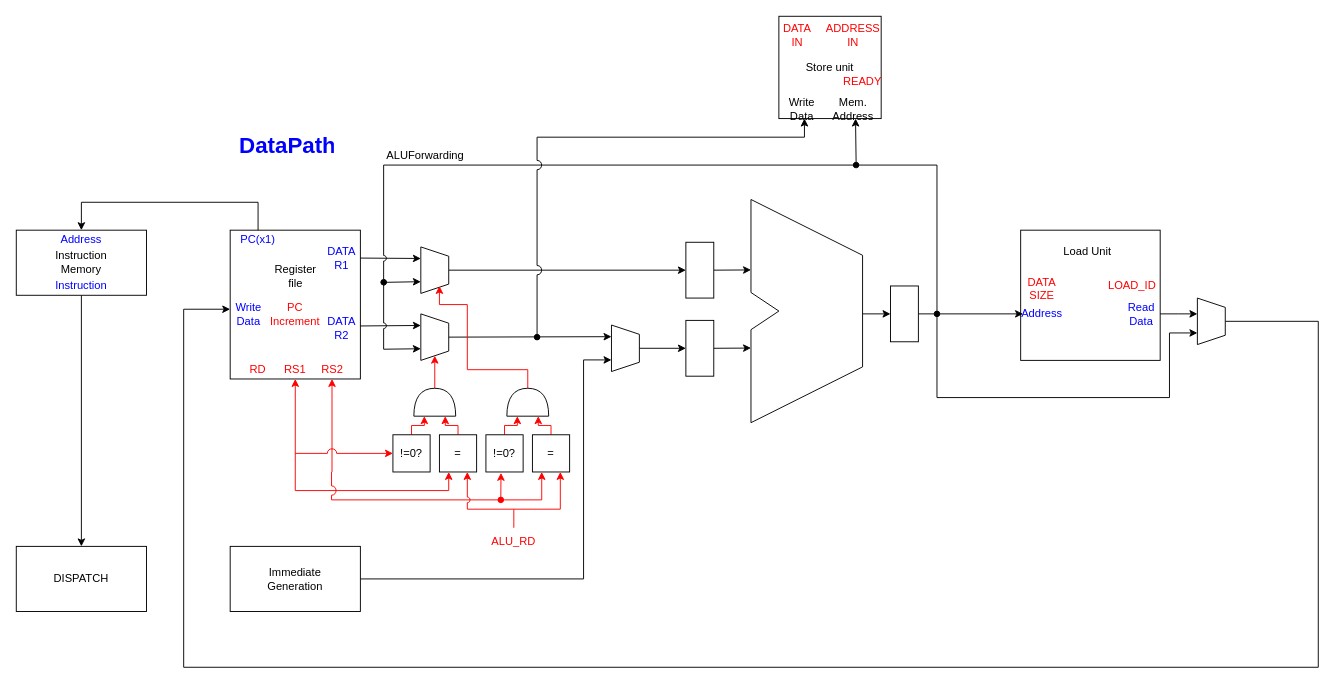
Kaveesha-98/065-538-720-GNC keeps this draw.io diagram as page "DataPath" (1 of 2) of Circuit_Drawings/DataPath.drawio. Above is the earlier version. Source tidied: cells renumbered, new cells numbered last; positions are measured from the earlier drawing's top-left corner, leaving out a move shared by most shapes. Both pictures are drawn from the tidied source at 93%, with x=0, y=0 at pixel (16, 16).
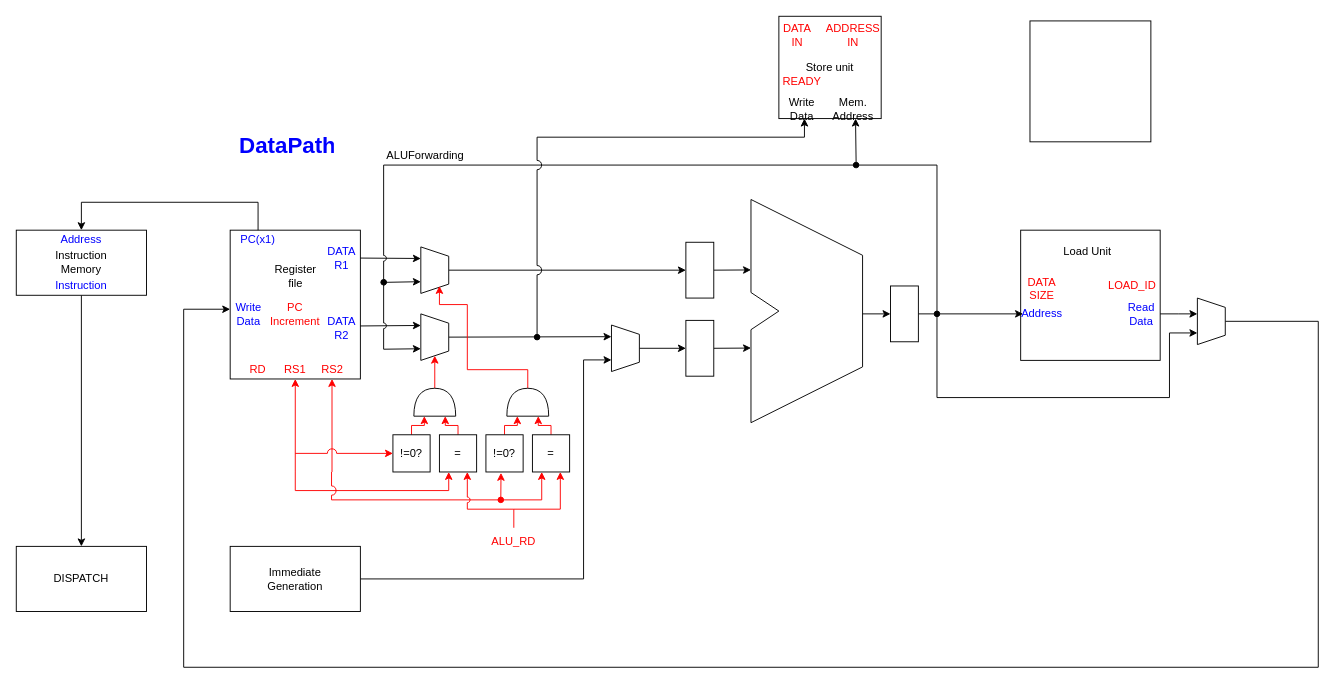
The same page after the edit.

What changed in the source:
```diff
@@
     <mxCell id="80" value="&lt;font color=&quot;#FF0000&quot;&gt;READY&lt;/font&gt;" style="text;html=1;strokeColor=none;fillColor=none;align=center;verticalAlign=middle;whiteSpace=wrap;rounded=0;startSize=0;" parent="1" vertex="1">
-      <mxGeometry x="890" y="60" width="40" height="20" as="geometry" />
+      <mxGeometry x="825" y="60" width="40" height="20" as="geometry" />
     </mxCell>
@@
+    <mxCell id="83" style="whiteSpace=wrap;html=1;" parent="1" vertex="1">
+      <mxGeometry x="1090" y="5" width="130" height="130" as="geometry" />
+    </mxCell>
```
